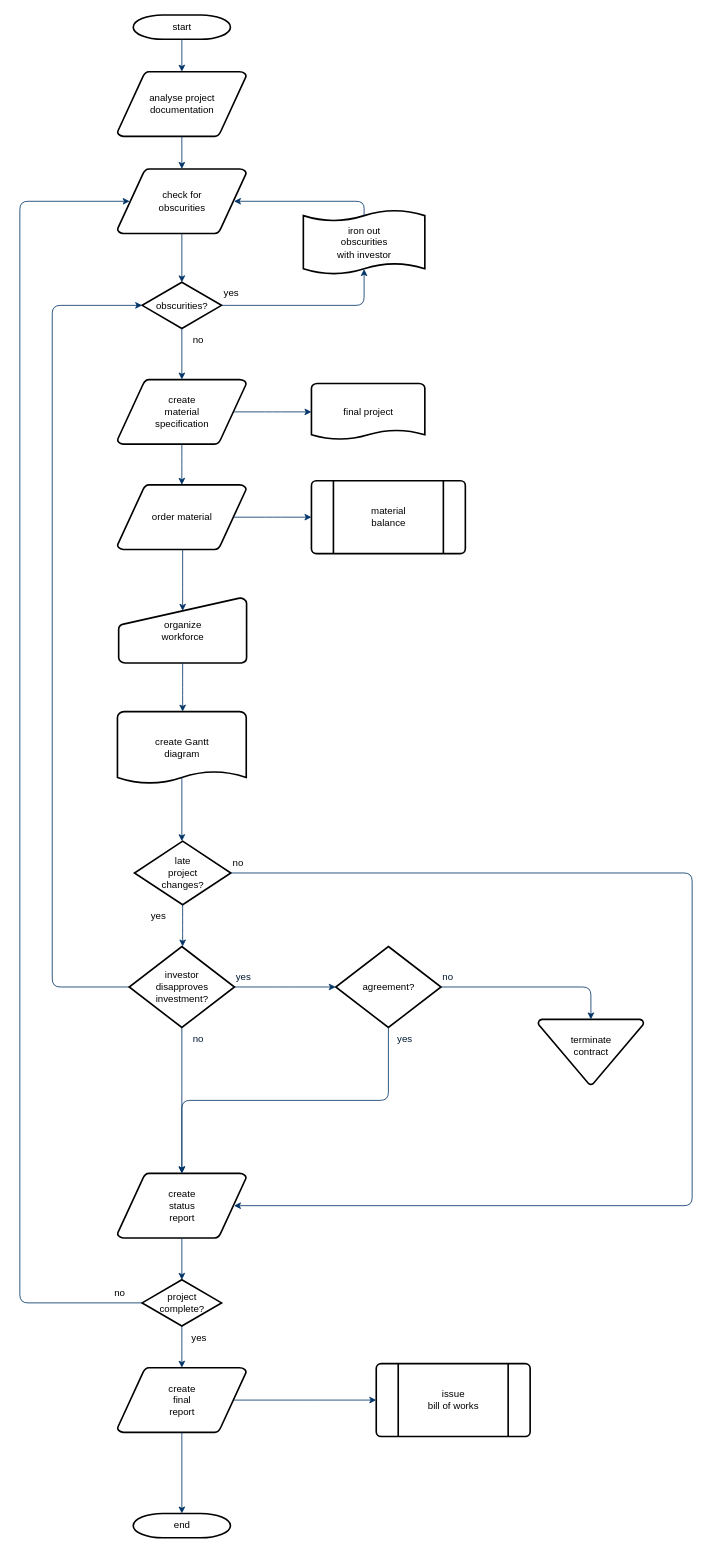
Earlier version of the draw.io diagram Untitled Diagram.drawio (fannydwika/test_bosnet). Source tidied: cells renumbered, new cells numbered last; positions are measured from the earlier drawing's top-left corner, leaving out a move shared by most shapes. Both pictures are drawn from the tidied source at 81%, with x=0, y=0 at pixel (19, 15).
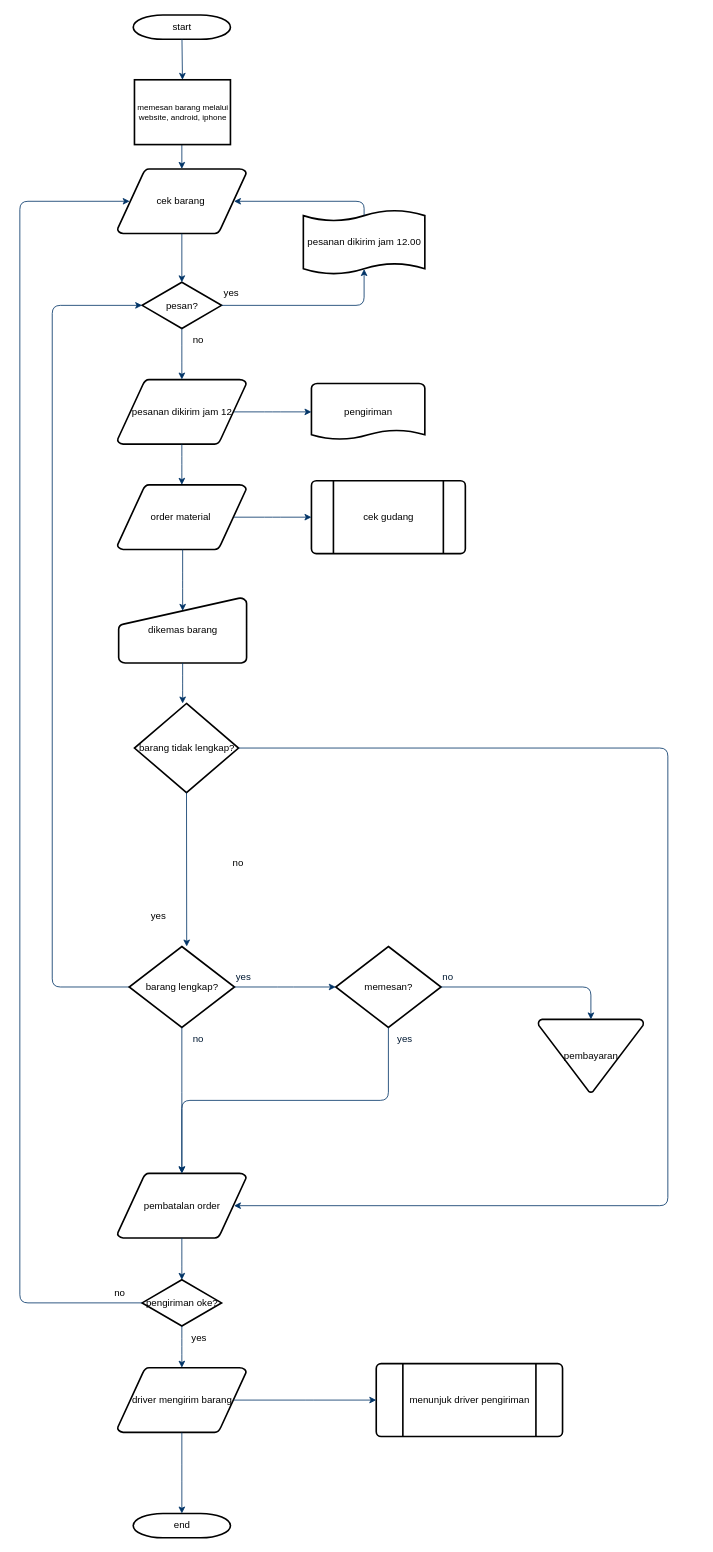
The same diagram, later.

The change refers to these unchanged cells:
```xml
<mxCell id="2" value="start" style="shape=mxgraph.flowchart.terminator;strokeWidth=2;gradientColor=none;gradientDirection=north;fontStyle=0;html=1;" parent="1" vertex="1">
  <mxGeometry x="140" width="120" height="30" as="geometry" />
</mxCell>
```

Change to the diagram source:
```diff
@@
-    <mxCell id="3" value="analyse project&#10; documentation" style="shape=mxgraph.flowchart.data;strokeWidth=2;gradientColor=none;gradientDirection=north;fontStyle=0;html=1;" parent="1" vertex="1">
-      <mxGeometry x="120.5" y="70" width="159" height="80" as="geometry" />
-    </mxCell>
-    <mxCell id="4" value="create&#10;material&#10;specification" style="shape=mxgraph.flowchart.data;strokeWidth=2;gradientColor=none;gradientDirection=north;fontStyle=0;html=1;" parent="1" vertex="1">
+    <mxCell id="4" value="pesanan dikirim jam 12" style="shape=mxgraph.flowchart.data;strokeWidth=2;gradientColor=none;gradientDirection=north;fontStyle=0;html=1;" parent="1" vertex="1">
       <mxGeometry x="120.5" y="450" width="159" height="80" as="geometry" />
     </mxCell>
-    <mxCell id="5" value="check for&#10;obscurities" style="shape=mxgraph.flowchart.data;strokeWidth=2;gradientColor=none;gradientDirection=north;fontStyle=0;html=1;" parent="1" vertex="1">
+    <mxCell id="5" value="cek barang&amp;nbsp;" style="shape=mxgraph.flowchart.data;strokeWidth=2;gradientColor=none;gradientDirection=north;fontStyle=0;html=1;" parent="1" vertex="1">
       <mxGeometry x="120.5" y="190" width="159" height="80" as="geometry" />
     </mxCell>
-    <mxCell id="6" value="obscurities?" style="shape=mxgraph.flowchart.decision;strokeWidth=2;gradientColor=none;gradientDirection=north;fontStyle=0;html=1;" parent="1" vertex="1">
+    <mxCell id="6" value="pesan?" style="shape=mxgraph.flowchart.decision;strokeWidth=2;gradientColor=none;gradientDirection=north;fontStyle=0;html=1;" parent="1" vertex="1">
       <mxGeometry x="151" y="330" width="98" height="57" as="geometry" />
     </mxCell>
-    <mxCell id="7" style="fontStyle=1;strokeColor=#003366;strokeWidth=1;html=1;" parent="1" edge="1" source="2" target="3">
+    <mxCell id="7" style="fontStyle=1;strokeColor=#003366;strokeWidth=1;html=1;entryX=0.5;entryY=0;entryDx=0;entryDy=0;" parent="1" edge="1" source="2" target="56">
       <mxGeometry relative="1" as="geometry" />
     </mxCell>
-    <mxCell id="8" style="fontStyle=1;strokeColor=#003366;strokeWidth=1;html=1;" parent="1" edge="1" source="3" target="5">
-      <mxGeometry relative="1" as="geometry" />
+    <mxCell id="8" style="fontStyle=1;strokeColor=#003366;strokeWidth=1;html=1;" parent="1" edge="1" target="5">
+      <mxGeometry relative="1" as="geometry">
+        <mxPoint x="200" y="150" as="sourcePoint" />
+      </mxGeometry>
     </mxCell>
@@
-    <mxCell id="13" value="order material" style="shape=mxgraph.flowchart.data;strokeWidth=2;gradientColor=none;gradientDirection=north;fontStyle=0;html=1;" parent="1" vertex="1">
+    <mxCell id="13" value="order material&amp;nbsp;" style="shape=mxgraph.flowchart.data;strokeWidth=2;gradientColor=none;gradientDirection=north;fontStyle=0;html=1;" parent="1" vertex="1">
       <mxGeometry x="120.5" y="580" width="159" height="80" as="geometry" />
     </mxCell>
@@
-    <mxCell id="15" value="final project" style="shape=mxgraph.flowchart.document;strokeWidth=2;gradientColor=none;gradientDirection=north;fontStyle=0;html=1;" parent="1" vertex="1">
+    <mxCell id="15" value="pengiriman" style="shape=mxgraph.flowchart.document;strokeWidth=2;gradientColor=none;gradientDirection=north;fontStyle=0;html=1;" parent="1" vertex="1">
       <mxGeometry x="360" y="455" width="140" height="70" as="geometry" />
     </mxCell>
@@
-    <mxCell id="18" value="material&#10;balance" style="shape=mxgraph.flowchart.predefined_process;strokeWidth=2;gradientColor=none;gradientDirection=north;fontStyle=0;html=1;" parent="1" vertex="1">
+    <mxCell id="18" value="cek gudang" style="shape=mxgraph.flowchart.predefined_process;strokeWidth=2;gradientColor=none;gradientDirection=north;fontStyle=0;html=1;" parent="1" vertex="1">
       <mxGeometry x="360" y="575" width="190" height="90" as="geometry" />
     </mxCell>
@@
-    <mxCell id="20" value="organize &#10;workforce" style="shape=mxgraph.flowchart.manual_input;strokeWidth=2;gradientColor=none;gradientDirection=north;fontStyle=0;html=1;" parent="1" vertex="1">
+    <mxCell id="20" value="dikemas barang" style="shape=mxgraph.flowchart.manual_input;strokeWidth=2;gradientColor=none;gradientDirection=north;fontStyle=0;html=1;" parent="1" vertex="1">
       <mxGeometry x="122" y="720" width="158" height="80" as="geometry" />
     </mxCell>
@@
-    <mxCell id="22" value="create Gantt&#10;diagram" style="shape=mxgraph.flowchart.document;strokeWidth=2;gradientColor=none;gradientDirection=north;fontStyle=0;html=1;" parent="1" vertex="1">
-      <mxGeometry x="120.5" y="860" width="159" height="90" as="geometry" />
-    </mxCell>
-    <mxCell id="23" style="edgeStyle=elbowEdgeStyle;elbow=horizontal;exitX=0.5;exitY=1;exitPerimeter=0;fontStyle=1;strokeColor=#003366;strokeWidth=1;html=1;" parent="1" edge="1" source="20" target="22">
-      <mxGeometry as="geometry" />
-    </mxCell>
-    <mxCell id="24" value="late&#10;project&#10;changes?" style="shape=mxgraph.flowchart.decision;strokeWidth=2;gradientColor=none;gradientDirection=north;fontStyle=0;html=1;" parent="1" vertex="1">
-      <mxGeometry x="141.5" y="1020" width="119" height="78.5" as="geometry" />
+    <mxCell id="24" value="barang tidak lengkap?" style="shape=mxgraph.flowchart.decision;strokeWidth=2;gradientColor=none;gradientDirection=north;fontStyle=0;html=1;" parent="1" vertex="1">
+      <mxGeometry x="141.5" y="850" width="128.5" height="110" as="geometry" />
     </mxCell>
-    <mxCell id="25" style="edgeStyle=elbowEdgeStyle;elbow=horizontal;exitX=0.5;exitY=0.9;exitPerimeter=0;fontStyle=1;strokeColor=#003366;strokeWidth=1;html=1;" parent="1" edge="1" source="22" target="24">
+    <mxCell id="25" style="edgeStyle=elbowEdgeStyle;elbow=horizontal;exitX=0.5;exitY=1;exitPerimeter=0;fontStyle=1;strokeColor=#003366;strokeWidth=1;html=1;exitDx=0;exitDy=0;" parent="1" edge="1" source="20" target="24">
       <mxGeometry as="geometry" />
     </mxCell>
@@
-    <mxCell id="28" value="investor&#10;disapproves&#10; investment?" style="shape=mxgraph.flowchart.decision;strokeWidth=2;gradientColor=none;gradientDirection=north;fontStyle=0;html=1;" parent="1" vertex="1">
+    <mxCell id="28" value="barang lengkap?" style="shape=mxgraph.flowchart.decision;strokeWidth=2;gradientColor=none;gradientDirection=north;fontStyle=0;html=1;" parent="1" vertex="1">
       <mxGeometry x="135" y="1150" width="130" height="100" as="geometry" />
     </mxCell>
-    <mxCell id="29" value="agreement?" style="shape=mxgraph.flowchart.decision;strokeWidth=2;gradientColor=none;gradientDirection=north;fontStyle=0;html=1;" parent="1" vertex="1">
+    <mxCell id="29" value="memesan?" style="shape=mxgraph.flowchart.decision;strokeWidth=2;gradientColor=none;gradientDirection=north;fontStyle=0;html=1;" parent="1" vertex="1">
       <mxGeometry x="390" y="1150" width="130" height="100" as="geometry" />
     </mxCell>
@@
-    <mxCell id="32" value="terminate&#10;contract&#10;" style="shape=mxgraph.flowchart.merge_or_storage;strokeWidth=2;gradientColor=none;gradientDirection=north;fontStyle=0;html=1;" parent="1" vertex="1">
-      <mxGeometry x="640" y="1240" width="130" height="80.5" as="geometry" />
+    <mxCell id="32" value="pembayaran" style="shape=mxgraph.flowchart.merge_or_storage;strokeWidth=2;gradientColor=none;gradientDirection=north;fontStyle=0;html=1;" parent="1" vertex="1">
+      <mxGeometry x="640" y="1240" width="130" height="90" as="geometry" />
     </mxCell>
@@
-    <mxCell id="34" value="create&#10;status&#10;report" style="shape=mxgraph.flowchart.data;strokeWidth=2;gradientColor=none;gradientDirection=north;fontStyle=0;html=1;" parent="1" vertex="1">
+    <mxCell id="34" value="pembatalan order" style="shape=mxgraph.flowchart.data;strokeWidth=2;gradientColor=none;gradientDirection=north;fontStyle=0;html=1;" parent="1" vertex="1">
       <mxGeometry x="120.5" y="1430" width="159" height="80" as="geometry" />
     </mxCell>
@@
-    <mxCell id="37" value="project&#10;complete?" style="shape=mxgraph.flowchart.decision;strokeWidth=2;gradientColor=none;gradientDirection=north;fontStyle=0;html=1;" parent="1" vertex="1">
+    <mxCell id="37" value="pengiriman oke?" style="shape=mxgraph.flowchart.decision;strokeWidth=2;gradientColor=none;gradientDirection=north;fontStyle=0;html=1;" parent="1" vertex="1">
       <mxGeometry x="151" y="1561.5" width="98" height="57" as="geometry" />
     </mxCell>
-    <mxCell id="38" value="create&#10;final&#10;report" style="shape=mxgraph.flowchart.data;strokeWidth=2;gradientColor=none;gradientDirection=north;fontStyle=0;html=1;" parent="1" vertex="1">
+    <mxCell id="38" value="driver mengirim barang" style="shape=mxgraph.flowchart.data;strokeWidth=2;gradientColor=none;gradientDirection=north;fontStyle=0;html=1;" parent="1" vertex="1">
       <mxGeometry x="120.5" y="1670" width="159" height="80" as="geometry" />
     </mxCell>
-    <mxCell id="39" value="issue&#10;bill of works" style="shape=mxgraph.flowchart.predefined_process;strokeWidth=2;gradientColor=none;gradientDirection=north;fontStyle=0;html=1;" parent="1" vertex="1">
-      <mxGeometry x="440" y="1665" width="190" height="90" as="geometry" />
+    <mxCell id="39" value="menunjuk driver pengiriman" style="shape=mxgraph.flowchart.predefined_process;strokeWidth=2;gradientColor=none;gradientDirection=north;fontStyle=0;html=1;" parent="1" vertex="1">
+      <mxGeometry x="440" y="1665" width="230" height="90" as="geometry" />
     </mxCell>
@@
     <mxCell id="45" style="edgeStyle=elbowEdgeStyle;elbow=horizontal;exitX=1;exitY=0.5;exitPerimeter=0;entryX=0.905;entryY=0.5;entryPerimeter=0;fontStyle=1;strokeColor=#003366;strokeWidth=1;html=1;" parent="1" edge="1" source="24" target="34">
       <mxGeometry as="geometry">
         <Array as="points">
+          <mxPoint x="800" y="1030" />
           <mxPoint x="830" y="1260" />
         </Array>
       </mxGeometry>
     </mxCell>
@@
-    <mxCell id="51" value="iron out&#10;obscurities &#10;with investor" style="shape=mxgraph.flowchart.paper_tape;strokeWidth=2;gradientColor=none;gradientDirection=north;fontStyle=0;html=1;" parent="1" vertex="1">
+    <mxCell id="51" value="pesanan dikirim jam 12.00" style="shape=mxgraph.flowchart.paper_tape;strokeWidth=2;gradientColor=none;gradientDirection=north;fontStyle=0;html=1;" parent="1" vertex="1">
       <mxGeometry x="350" y="240" width="150" height="81" as="geometry" />
     </mxCell>
@@
+    <mxCell id="56" value="memesan barang melalui website, android, iphone" style="rounded=0;whiteSpace=wrap;html=1;fontSize=10;strokeWidth=2;" parent="1" vertex="1">
+      <mxGeometry x="141.5" y="80" width="118.5" height="80" as="geometry" />
+    </mxCell>
```
